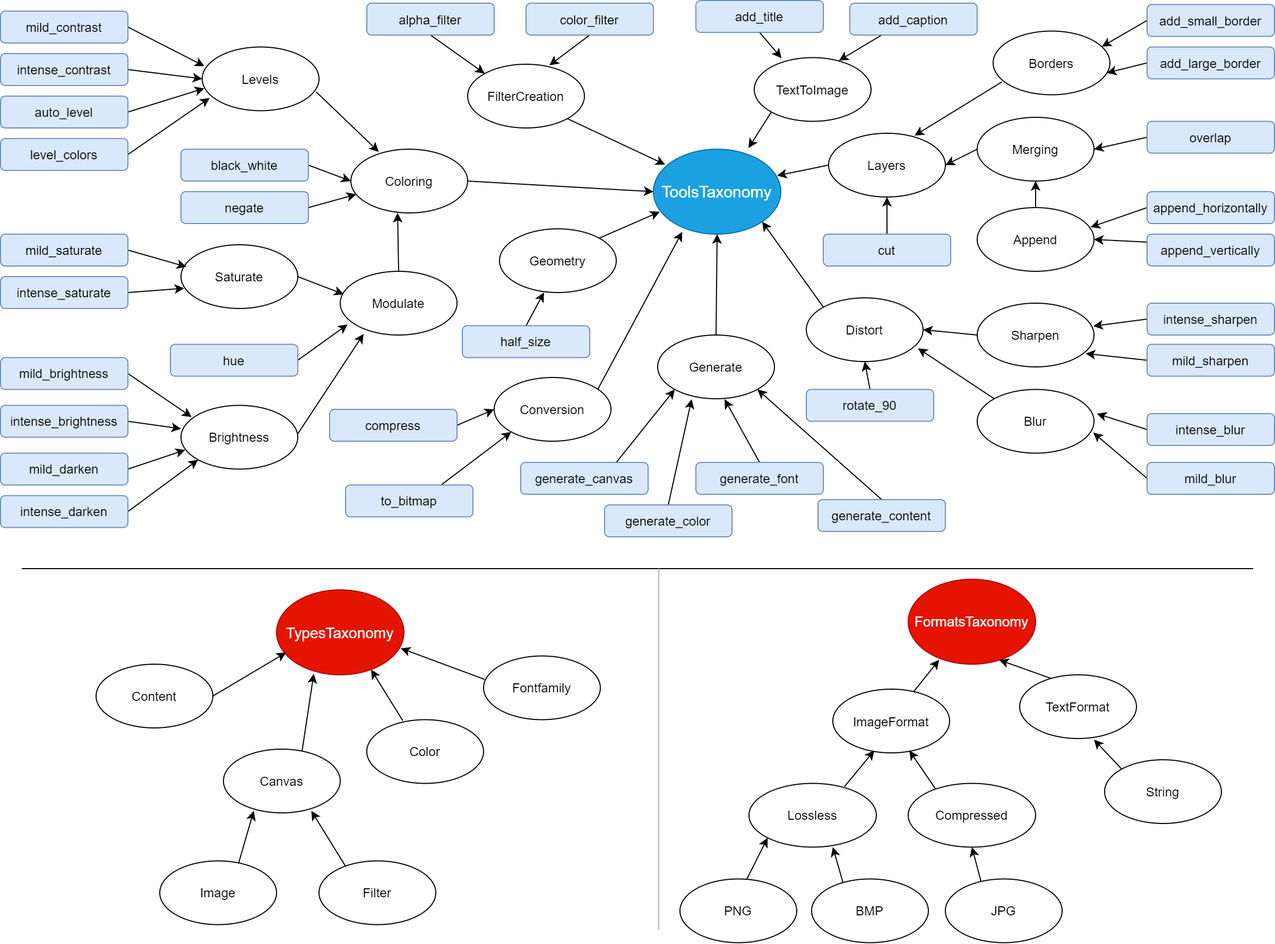
sanctuuary/APE_UseCases keeps this draw.io diagram as ImageMagick/images/ImageMagick_Taxonomy.png. Above is the earlier version. Source tidied: cells renumbered, new cells last; positions are measured from the earlier drawing's top-left corner, leaving out a move shared by most shapes.
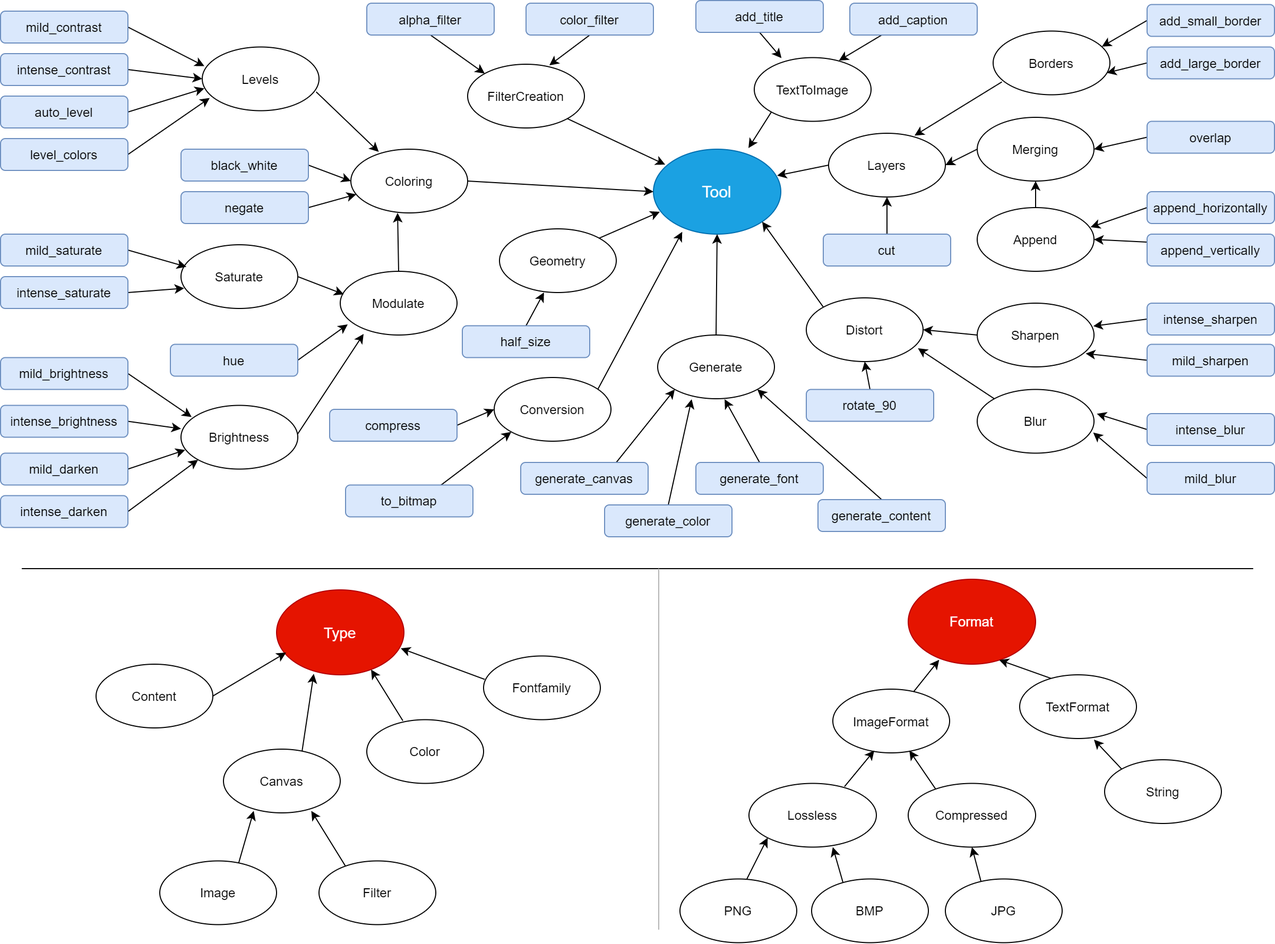
After the change.

Commit message:
Process feedback: use Type, Format, Tool etc. so class names align with their meaning

The edit, as a diff of the source:
```diff
@@ -2,7 +2,7 @@
   <root>
     <mxCell id="0" />
     <mxCell id="1" parent="0" />
-    <mxCell id="2" value="&lt;font style=&quot;font-size: 15px&quot;&gt;ToolsTaxonomy&lt;/font&gt;" style="ellipse;whiteSpace=wrap;html=1;fillColor=#1ba1e2;strokeColor=#006EAF;fontColor=#ffffff;" parent="1" vertex="1">
+    <mxCell id="2" value="&lt;font style=&quot;font-size: 15px&quot;&gt;Tool&lt;/font&gt;" style="ellipse;whiteSpace=wrap;html=1;fillColor=#1ba1e2;strokeColor=#006EAF;fontColor=#ffffff;" parent="1" vertex="1">
       <mxGeometry x="615" y="140" width="120" height="80" as="geometry" />
     </mxCell>
     <mxCell id="3" style="edgeStyle=none;rounded=0;jettySize=auto;html=1;exitX=1;exitY=0.5;exitDx=0;exitDy=0;entryX=0;entryY=0.5;entryDx=0;entryDy=0;" parent="1" edge="1" source="4" target="2">
@@ -319,7 +319,7 @@
     <mxCell id="106" value="add_caption" style="rounded=1;whiteSpace=wrap;html=1;fillColor=#dae8fc;strokeColor=#6c8ebf;" parent="1" vertex="1">
       <mxGeometry x="800" y="2.5" width="120" height="30" as="geometry" />
     </mxCell>
-    <mxCell id="107" value="&lt;font&gt;&lt;font style=&quot;font-size: 14px&quot;&gt;TypesTaxonomy&lt;/font&gt;&lt;br&gt;&lt;/font&gt;" style="ellipse;whiteSpace=wrap;html=1;fillColor=#e51400;strokeColor=#B20000;fontColor=#ffffff;" parent="1" vertex="1">
+    <mxCell id="107" value="&lt;font&gt;&lt;font style=&quot;font-size: 14px&quot;&gt;Type&lt;/font&gt;&lt;br&gt;&lt;/font&gt;" style="ellipse;whiteSpace=wrap;html=1;fillColor=#e51400;strokeColor=#B20000;fontColor=#ffffff;" parent="1" vertex="1">
       <mxGeometry x="260" y="555" width="120" height="80" as="geometry" />
     </mxCell>
     <mxCell id="108" style="edgeStyle=none;rounded=0;jettySize=auto;html=1;exitX=1;exitY=0.5;exitDx=0;exitDy=0;entryX=0.075;entryY=0.738;entryDx=0;entryDy=0;entryPerimeter=0;" parent="1" edge="1" source="109" target="107">
@@ -358,7 +358,7 @@
     <mxCell id="119" value="Image" style="ellipse;whiteSpace=wrap;html=1;" parent="1" vertex="1">
       <mxGeometry x="150" y="810.2" width="110" height="60" as="geometry" />
     </mxCell>
-    <mxCell id="120" value="&lt;font&gt;&lt;font style=&quot;font-size: 13px&quot;&gt;FormatsTaxonomy&lt;/font&gt;&lt;br&gt;&lt;/font&gt;" style="ellipse;whiteSpace=wrap;html=1;fillColor=#e51400;strokeColor=#B20000;fontColor=#ffffff;" parent="1" vertex="1">
+    <mxCell id="120" value="&lt;font&gt;&lt;font style=&quot;font-size: 13px&quot;&gt;Format&lt;/font&gt;&lt;br&gt;&lt;/font&gt;" style="ellipse;whiteSpace=wrap;html=1;fillColor=#e51400;strokeColor=#B20000;fontColor=#ffffff;" parent="1" vertex="1">
       <mxGeometry x="855" y="545" width="120" height="80" as="geometry" />
     </mxCell>
     <mxCell id="121" style="edgeStyle=none;rounded=0;jettySize=auto;html=1;exitX=0.682;exitY=0.063;exitDx=0;exitDy=0;entryX=0.243;entryY=0.948;entryDx=0;entryDy=0;entryPerimeter=0;exitPerimeter=0;" parent="1" edge="1" source="122" target="120">
```
